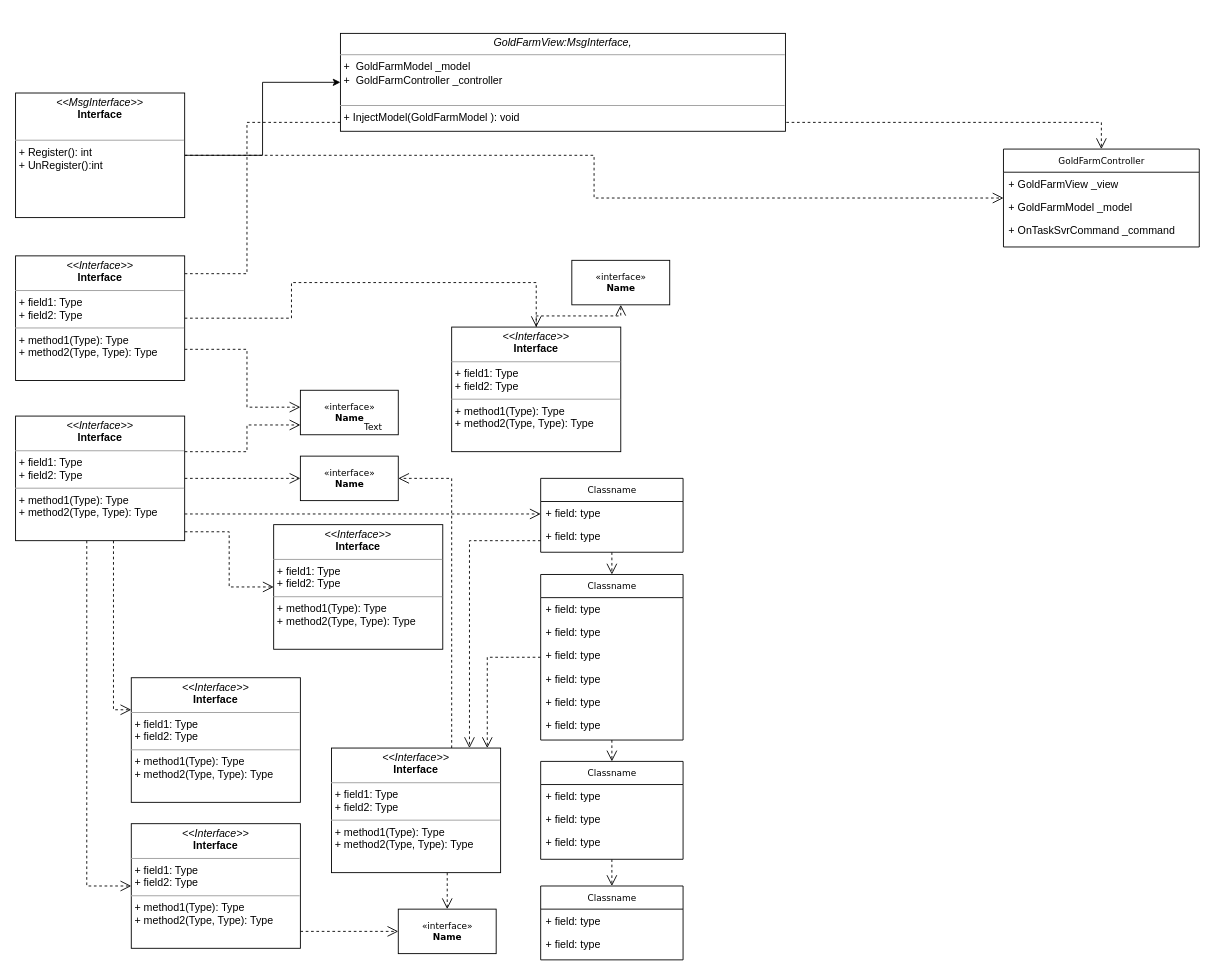
This is GoldFarm Diagram.drawio from atom123/Draw, a draw.io file, before an edit. Source tidied: cells renumbered, new cells numbered last; positions are measured from the earlier drawing's top-left corner, leaving out a move shared by most shapes. Both pictures are drawn from the tidied source at 89%, with x=0, y=0 at pixel (15, 33).
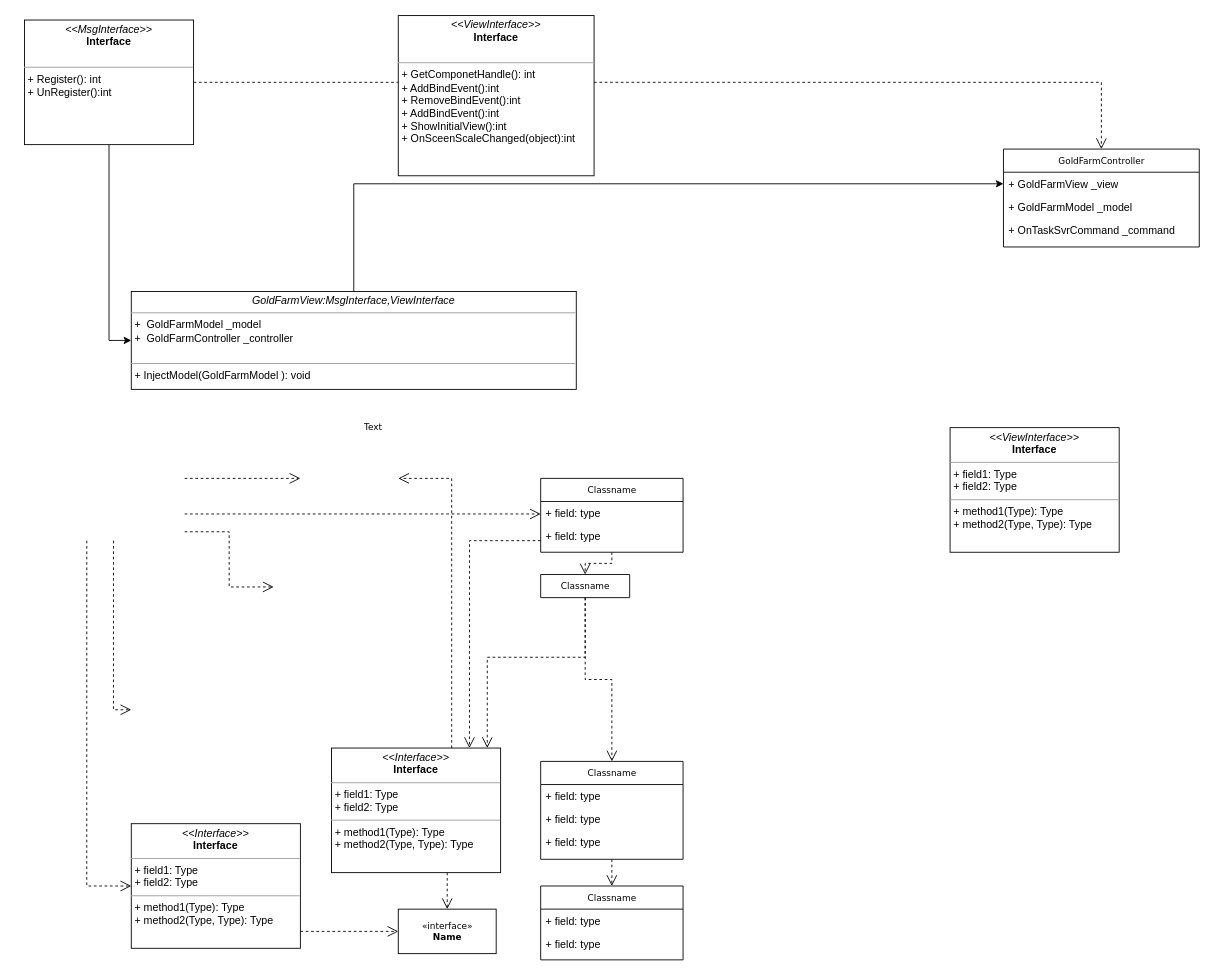
Above is the later version.

The change refers to these unchanged cells:
```xml
<mxCell id="11" value="GoldFarmController" style="swimlane;html=1;fontStyle=0;horizontal=1;startSize=26;fillColor=none;swimlaneFillColor=#ffffff;rounded=0;shadow=0;comic=0;labelBackgroundColor=none;strokeWidth=1;fontFamily=Verdana;fontSize=10;align=center;" parent="1" vertex="1">
  <mxGeometry x="1110" y="130" width="220" height="110" as="geometry" />
</mxCell>
<mxCell id="12" value="+&amp;nbsp;GoldFarmView _view" style="text;html=1;strokeColor=none;fillColor=none;align=left;verticalAlign=top;spacingLeft=4;spacingRight=4;whiteSpace=wrap;overflow=hidden;points=[[0,0.5],[1,0.5]];portConstraint=eastwest;" parent="11" vertex="1">
  <mxGeometry y="26" width="220" height="26" as="geometry" />
</mxCell>
<mxCell id="24" value="Classname" style="swimlane;html=1;fontStyle=0;horizontal=1;startSize=26;fillColor=none;swimlaneFillColor=#ffffff;rounded=0;shadow=0;comic=0;labelBackgroundColor=none;strokeWidth=1;fontFamily=Verdana;fontSize=10;align=center;" parent="1" vertex="1">
  <mxGeometry x="590" y="500" width="160" height="83" as="geometry" />
</mxCell>
<mxCell id="30" value="&lt;p style=&quot;margin:0px;margin-top:4px;text-align:center;&quot;&gt;&lt;i&gt;&amp;lt;&amp;lt;Interface&amp;gt;&amp;gt;&lt;/i&gt;&lt;br/&gt;&lt;b&gt;Interface&lt;/b&gt;&lt;/p&gt;&lt;hr size=&quot;1&quot;/&gt;&lt;p style=&quot;margin:0px;margin-left:4px;&quot;&gt;+ field1: Type&lt;br/&gt;+ field2: Type&lt;/p&gt;&lt;hr size=&quot;1&quot;/&gt;&lt;p style=&quot;margin:0px;margin-left:4px;&quot;&gt;+ method1(Type): Type&lt;br/&gt;+ method2(Type, Type): Type&lt;/p&gt;" style="verticalAlign=top;align=left;overflow=fill;fontSize=12;fontFamily=Helvetica;html=1;rounded=0;shadow=0;comic=0;labelBackgroundColor=none;strokeWidth=1;" parent="1" vertex="1">
  <mxGeometry x="355" y="803" width="190" height="140" as="geometry" />
</mxCell>
<mxCell id="33" value="&lt;p style=&quot;margin:0px;margin-top:4px;text-align:center;&quot;&gt;&lt;i&gt;&amp;lt;&amp;lt;Interface&amp;gt;&amp;gt;&lt;/i&gt;&lt;br/&gt;&lt;b&gt;Interface&lt;/b&gt;&lt;/p&gt;&lt;hr size=&quot;1&quot;/&gt;&lt;p style=&quot;margin:0px;margin-left:4px;&quot;&gt;+ field1: Type&lt;br/&gt;+ field2: Type&lt;/p&gt;&lt;hr size=&quot;1&quot;/&gt;&lt;p style=&quot;margin:0px;margin-left:4px;&quot;&gt;+ method1(Type): Type&lt;br/&gt;+ method2(Type, Type): Type&lt;/p&gt;" style="verticalAlign=top;align=left;overflow=fill;fontSize=12;fontFamily=Helvetica;html=1;rounded=0;shadow=0;comic=0;labelBackgroundColor=none;strokeWidth=1;" parent="1" vertex="1">
  <mxGeometry x="130" y="888" width="190" height="140" as="geometry" />
</mxCell>
```

Diff of the diagram source:
```diff
@@
-    <mxCell id="4" value="Classname" style="swimlane;html=1;fontStyle=0;horizontal=1;startSize=26;fillColor=none;swimlaneFillColor=#ffffff;rounded=0;shadow=0;comic=0;labelBackgroundColor=none;strokeWidth=1;fontFamily=Verdana;fontSize=10;align=center;" parent="1" vertex="1">
-      <mxGeometry x="590" y="608" width="160" height="186" as="geometry" />
+    <mxCell id="4" value="Classname" style="swimlane;html=1;fontStyle=0;horizontal=1;startSize=26;fillColor=none;swimlaneFillColor=#ffffff;rounded=0;shadow=0;comic=0;labelBackgroundColor=none;strokeWidth=1;fontFamily=Verdana;fontSize=10;align=center;" parent="1" vertex="1" collapsed="1">
+      <mxGeometry x="590" y="608" width="100" height="26" as="geometry" />
     </mxCell>
-    <mxCell id="5" value="+ field: type" style="text;html=1;strokeColor=none;fillColor=none;align=left;verticalAlign=top;spacingLeft=4;spacingRight=4;whiteSpace=wrap;overflow=hidden;" parent="4" vertex="1">
-      <mxGeometry y="26" width="160" height="26" as="geometry" />
-    </mxCell>
-    <mxCell id="6" value="+ field: type" style="text;html=1;strokeColor=none;fillColor=none;align=left;verticalAlign=top;spacingLeft=4;spacingRight=4;whiteSpace=wrap;overflow=hidden;" parent="4" vertex="1">
-      <mxGeometry y="52" width="160" height="26" as="geometry" />
-    </mxCell>
-    <mxCell id="7" value="+ field: type" style="text;html=1;strokeColor=none;fillColor=none;align=left;verticalAlign=top;spacingLeft=4;spacingRight=4;whiteSpace=wrap;overflow=hidden;" parent="4" vertex="1">
-      <mxGeometry y="78" width="160" height="26" as="geometry" />
-    </mxCell>
-    <mxCell id="8" value="+ field: type" style="text;html=1;strokeColor=none;fillColor=none;align=left;verticalAlign=top;spacingLeft=4;spacingRight=4;whiteSpace=wrap;overflow=hidden;" parent="4" vertex="1">
-      <mxGeometry y="104" width="160" height="26" as="geometry" />
-    </mxCell>
-    <mxCell id="9" value="+ field: type" style="text;html=1;strokeColor=none;fillColor=none;align=left;verticalAlign=top;spacingLeft=4;spacingRight=4;whiteSpace=wrap;overflow=hidden;" parent="4" vertex="1">
-      <mxGeometry y="130" width="160" height="26" as="geometry" />
-    </mxCell>
-    <mxCell id="10" value="+ field: type" style="text;html=1;strokeColor=none;fillColor=none;align=left;verticalAlign=top;spacingLeft=4;spacingRight=4;whiteSpace=wrap;overflow=hidden;" parent="4" vertex="1">
-      <mxGeometry y="156" width="160" height="26" as="geometry" />
-    </mxCell>
@@
-    <mxCell id="29" style="edgeStyle=orthogonalEdgeStyle;rounded=0;html=1;dashed=1;labelBackgroundColor=none;startFill=0;endArrow=open;endFill=0;endSize=10;fontFamily=Verdana;fontSize=10;" parent="1" edge="1" source="30" target="35">
+    <mxCell id="29" style="edgeStyle=orthogonalEdgeStyle;rounded=0;html=1;dashed=1;labelBackgroundColor=none;startFill=0;endArrow=open;endFill=0;endSize=10;fontFamily=Verdana;fontSize=10;" parent="1" edge="1" source="30">
       <mxGeometry relative="1" as="geometry">
+        <mxPoint x="430" y="500" as="targetPoint" />
         <Array as="points">
           <mxPoint x="490" y="500" />
         </Array>
       </mxGeometry>
     </mxCell>
@@
-    <mxCell id="31" value="&lt;p style=&quot;margin:0px;margin-top:4px;text-align:center;&quot;&gt;&lt;i&gt;&amp;lt;&amp;lt;Interface&amp;gt;&amp;gt;&lt;/i&gt;&lt;br/&gt;&lt;b&gt;Interface&lt;/b&gt;&lt;/p&gt;&lt;hr size=&quot;1&quot;/&gt;&lt;p style=&quot;margin:0px;margin-left:4px;&quot;&gt;+ field1: Type&lt;br/&gt;+ field2: Type&lt;/p&gt;&lt;hr size=&quot;1&quot;/&gt;&lt;p style=&quot;margin:0px;margin-left:4px;&quot;&gt;+ method1(Type): Type&lt;br/&gt;+ method2(Type, Type): Type&lt;/p&gt;" style="verticalAlign=top;align=left;overflow=fill;fontSize=12;fontFamily=Helvetica;html=1;rounded=0;shadow=0;comic=0;labelBackgroundColor=none;strokeWidth=1;" parent="1" vertex="1">
-      <mxGeometry x="290" y="552" width="190" height="140" as="geometry" />
-    </mxCell>
@@
-    <mxCell id="34" value="&lt;p style=&quot;margin:0px;margin-top:4px;text-align:center;&quot;&gt;&lt;i&gt;&amp;lt;&amp;lt;Interface&amp;gt;&amp;gt;&lt;/i&gt;&lt;br/&gt;&lt;b&gt;Interface&lt;/b&gt;&lt;/p&gt;&lt;hr size=&quot;1&quot;/&gt;&lt;p style=&quot;margin:0px;margin-left:4px;&quot;&gt;+ field1: Type&lt;br/&gt;+ field2: Type&lt;/p&gt;&lt;hr size=&quot;1&quot;/&gt;&lt;p style=&quot;margin:0px;margin-left:4px;&quot;&gt;+ method1(Type): Type&lt;br/&gt;+ method2(Type, Type): Type&lt;/p&gt;" style="verticalAlign=top;align=left;overflow=fill;fontSize=12;fontFamily=Helvetica;html=1;rounded=0;shadow=0;comic=0;labelBackgroundColor=none;strokeWidth=1;" parent="1" vertex="1">
-      <mxGeometry x="130" y="724" width="190" height="140" as="geometry" />
-    </mxCell>
-    <mxCell id="35" value="&amp;laquo;interface&amp;raquo;&lt;br&gt;&lt;b&gt;Name&lt;/b&gt;" style="html=1;rounded=0;shadow=0;comic=0;labelBackgroundColor=none;strokeWidth=1;fontFamily=Verdana;fontSize=10;align=center;" parent="1" vertex="1">
-      <mxGeometry x="320" y="475" width="110" height="50" as="geometry" />
-    </mxCell>
-    <mxCell id="36" value="&amp;laquo;interface&amp;raquo;&lt;br&gt;&lt;b&gt;Name&lt;/b&gt;" style="html=1;rounded=0;shadow=0;comic=0;labelBackgroundColor=none;strokeWidth=1;fontFamily=Verdana;fontSize=10;align=center;" parent="1" vertex="1">
-      <mxGeometry x="320" y="401" width="110" height="50" as="geometry" />
-    </mxCell>
-    <mxCell id="37" style="edgeStyle=orthogonalEdgeStyle;rounded=0;html=1;dashed=1;labelBackgroundColor=none;startFill=0;endArrow=open;endFill=0;endSize=10;fontFamily=Verdana;fontSize=10;" parent="1" edge="1" source="38" target="40">
-      <mxGeometry relative="1" as="geometry" />
-    </mxCell>
-    <mxCell id="38" value="&lt;p style=&quot;margin:0px;margin-top:4px;text-align:center;&quot;&gt;&lt;i&gt;&amp;lt;&amp;lt;Interface&amp;gt;&amp;gt;&lt;/i&gt;&lt;br/&gt;&lt;b&gt;Interface&lt;/b&gt;&lt;/p&gt;&lt;hr size=&quot;1&quot;/&gt;&lt;p style=&quot;margin:0px;margin-left:4px;&quot;&gt;+ field1: Type&lt;br/&gt;+ field2: Type&lt;/p&gt;&lt;hr size=&quot;1&quot;/&gt;&lt;p style=&quot;margin:0px;margin-left:4px;&quot;&gt;+ method1(Type): Type&lt;br/&gt;+ method2(Type, Type): Type&lt;/p&gt;" style="verticalAlign=top;align=left;overflow=fill;fontSize=12;fontFamily=Helvetica;html=1;rounded=0;shadow=0;comic=0;labelBackgroundColor=none;strokeWidth=1;" parent="1" vertex="1">
-      <mxGeometry x="490" y="330" width="190" height="140" as="geometry" />
-    </mxCell>
@@
-    <mxCell id="40" value="&amp;laquo;interface&amp;raquo;&lt;br&gt;&lt;b&gt;Name&lt;/b&gt;" style="html=1;rounded=0;shadow=0;comic=0;labelBackgroundColor=none;strokeWidth=1;fontFamily=Verdana;fontSize=10;align=center;" parent="1" vertex="1">
-      <mxGeometry x="625" y="255" width="110" height="50" as="geometry" />
-    </mxCell>
@@
     <mxCell id="43" value="&lt;p style=&quot;margin: 0px ; margin-top: 4px ; text-align: center&quot;&gt;&lt;i&gt;&amp;lt;&amp;lt;MsgInterface&amp;gt;&amp;gt;&lt;/i&gt;&lt;br&gt;&lt;b&gt;Interface&lt;/b&gt;&lt;/p&gt;&lt;p style=&quot;margin: 0px ; margin-left: 4px&quot;&gt;&lt;br&gt;&lt;/p&gt;&lt;hr size=&quot;1&quot;&gt;&lt;p style=&quot;margin: 0px ; margin-left: 4px&quot;&gt;+ Register():&amp;nbsp;int&lt;br&gt;+ UnRegister():int&lt;/p&gt;" style="verticalAlign=top;align=left;overflow=fill;fontSize=12;fontFamily=Helvetica;html=1;rounded=0;shadow=0;comic=0;labelBackgroundColor=none;strokeWidth=1;" parent="1" vertex="1">
-      <mxGeometry y="67" width="190" height="140" as="geometry" />
+      <mxGeometry x="10" y="-15" width="190" height="140" as="geometry" />
     </mxCell>
-    <mxCell id="44" style="edgeStyle=orthogonalEdgeStyle;rounded=0;html=1;dashed=1;labelBackgroundColor=none;startFill=0;endArrow=open;endFill=0;endSize=10;fontFamily=Verdana;fontSize=10;" parent="1" edge="1" source="47" target="11">
-      <mxGeometry relative="1" as="geometry">
-        <Array as="points">
-          <mxPoint x="260" y="270" />
-          <mxPoint x="260" y="100" />
-        </Array>
-      </mxGeometry>
-    </mxCell>
-    <mxCell id="45" style="edgeStyle=orthogonalEdgeStyle;rounded=0;html=1;dashed=1;labelBackgroundColor=none;startFill=0;endArrow=open;endFill=0;endSize=10;fontFamily=Verdana;fontSize=10;" parent="1" edge="1" source="47" target="38">
-      <mxGeometry relative="1" as="geometry">
-        <Array as="points">
-          <mxPoint x="310" y="320" />
-          <mxPoint x="310" y="280" />
-        </Array>
-      </mxGeometry>
-    </mxCell>
-    <mxCell id="46" style="edgeStyle=orthogonalEdgeStyle;rounded=0;html=1;exitX=1;exitY=0.75;dashed=1;labelBackgroundColor=none;startFill=0;endArrow=open;endFill=0;endSize=10;fontFamily=Verdana;fontSize=10;" parent="1" edge="1" source="47" target="36">
-      <mxGeometry relative="1" as="geometry">
-        <Array as="points">
-          <mxPoint x="260" y="355" />
-          <mxPoint x="260" y="420" />
-        </Array>
-      </mxGeometry>
-    </mxCell>
-    <mxCell id="47" value="&lt;p style=&quot;margin:0px;margin-top:4px;text-align:center;&quot;&gt;&lt;i&gt;&amp;lt;&amp;lt;Interface&amp;gt;&amp;gt;&lt;/i&gt;&lt;br/&gt;&lt;b&gt;Interface&lt;/b&gt;&lt;/p&gt;&lt;hr size=&quot;1&quot;/&gt;&lt;p style=&quot;margin:0px;margin-left:4px;&quot;&gt;+ field1: Type&lt;br/&gt;+ field2: Type&lt;/p&gt;&lt;hr size=&quot;1&quot;/&gt;&lt;p style=&quot;margin:0px;margin-left:4px;&quot;&gt;+ method1(Type): Type&lt;br/&gt;+ method2(Type, Type): Type&lt;/p&gt;" style="verticalAlign=top;align=left;overflow=fill;fontSize=12;fontFamily=Helvetica;html=1;rounded=0;shadow=0;comic=0;labelBackgroundColor=none;strokeWidth=1;" parent="1" vertex="1">
-      <mxGeometry y="250" width="190" height="140" as="geometry" />
+    <mxCell id="47" value="&lt;p style=&quot;margin: 0px ; margin-top: 4px ; text-align: center&quot;&gt;&lt;i&gt;&amp;lt;&amp;lt;ViewInterface&amp;gt;&amp;gt;&lt;/i&gt;&lt;br&gt;&lt;b&gt;Interface&lt;/b&gt;&lt;/p&gt;&lt;hr size=&quot;1&quot;&gt;&lt;p style=&quot;margin: 0px ; margin-left: 4px&quot;&gt;+ field1: Type&lt;br&gt;+ field2: Type&lt;/p&gt;&lt;hr size=&quot;1&quot;&gt;&lt;p style=&quot;margin: 0px ; margin-left: 4px&quot;&gt;+ method1(Type): Type&lt;br&gt;+ method2(Type, Type): Type&lt;/p&gt;" style="verticalAlign=top;align=left;overflow=fill;fontSize=12;fontFamily=Helvetica;html=1;rounded=0;shadow=0;comic=0;labelBackgroundColor=none;strokeWidth=1;" parent="1" vertex="1">
+      <mxGeometry x="1050" y="443" width="190" height="140" as="geometry" />
     </mxCell>
-    <mxCell id="48" style="edgeStyle=orthogonalEdgeStyle;rounded=0;html=1;dashed=1;labelBackgroundColor=none;startFill=0;endArrow=open;endFill=0;endSize=10;fontFamily=Verdana;fontSize=10;" parent="1" edge="1" source="54" target="36">
-      <mxGeometry relative="1" as="geometry">
-        <Array as="points">
-          <mxPoint x="260" y="470" />
-          <mxPoint x="260" y="440" />
-        </Array>
-      </mxGeometry>
-    </mxCell>
-    <mxCell id="49" style="edgeStyle=orthogonalEdgeStyle;rounded=0;html=1;dashed=1;labelBackgroundColor=none;startFill=0;endArrow=open;endFill=0;endSize=10;fontFamily=Verdana;fontSize=10;" parent="1" edge="1" source="54" target="35">
-      <mxGeometry relative="1" as="geometry" />
+    <mxCell id="49" style="edgeStyle=orthogonalEdgeStyle;rounded=0;html=1;dashed=1;labelBackgroundColor=none;startFill=0;endArrow=open;endFill=0;endSize=10;fontFamily=Verdana;fontSize=10;" parent="1" edge="1">
+      <mxGeometry relative="1" as="geometry">
+        <mxPoint x="190" y="500" as="sourcePoint" />
+        <mxPoint x="320" y="500" as="targetPoint" />
+      </mxGeometry>
     </mxCell>
-    <mxCell id="50" style="edgeStyle=orthogonalEdgeStyle;rounded=0;html=1;dashed=1;labelBackgroundColor=none;startFill=0;endArrow=open;endFill=0;endSize=10;fontFamily=Verdana;fontSize=10;" parent="1" edge="1" source="54" target="31">
+    <mxCell id="50" style="edgeStyle=orthogonalEdgeStyle;rounded=0;html=1;dashed=1;labelBackgroundColor=none;startFill=0;endArrow=open;endFill=0;endSize=10;fontFamily=Verdana;fontSize=10;" parent="1" edge="1">
       <mxGeometry relative="1" as="geometry">
+        <mxPoint x="190" y="560" as="sourcePoint" />
+        <mxPoint x="290" y="622" as="targetPoint" />
         <Array as="points">
           <mxPoint x="240" y="560" />
           <mxPoint x="240" y="622" />
         </Array>
       </mxGeometry>
     </mxCell>
-    <mxCell id="51" style="edgeStyle=orthogonalEdgeStyle;rounded=0;html=1;dashed=1;labelBackgroundColor=none;startFill=0;endArrow=open;endFill=0;endSize=10;fontFamily=Verdana;fontSize=10;" parent="1" edge="1" source="54" target="24">
+    <mxCell id="51" style="edgeStyle=orthogonalEdgeStyle;rounded=0;html=1;dashed=1;labelBackgroundColor=none;startFill=0;endArrow=open;endFill=0;endSize=10;fontFamily=Verdana;fontSize=10;" parent="1" edge="1" target="24">
       <mxGeometry relative="1" as="geometry">
+        <mxPoint x="190" y="540" as="sourcePoint" />
         <Array as="points">
           <mxPoint x="290" y="540" />
           <mxPoint x="290" y="540" />
         </Array>
       </mxGeometry>
     </mxCell>
-    <mxCell id="52" style="edgeStyle=orthogonalEdgeStyle;rounded=0;html=1;dashed=1;labelBackgroundColor=none;startFill=0;endArrow=open;endFill=0;endSize=10;fontFamily=Verdana;fontSize=10;" parent="1" edge="1" source="54" target="34">
+    <mxCell id="52" style="edgeStyle=orthogonalEdgeStyle;rounded=0;html=1;dashed=1;labelBackgroundColor=none;startFill=0;endArrow=open;endFill=0;endSize=10;fontFamily=Verdana;fontSize=10;" parent="1" edge="1">
       <mxGeometry relative="1" as="geometry">
+        <mxPoint x="110" y="570" as="sourcePoint" />
+        <mxPoint x="130" y="760" as="targetPoint" />
         <Array as="points">
           <mxPoint x="110" y="760" />
         </Array>
       </mxGeometry>
     </mxCell>
-    <mxCell id="53" style="edgeStyle=orthogonalEdgeStyle;rounded=0;html=1;dashed=1;labelBackgroundColor=none;startFill=0;endArrow=open;endFill=0;endSize=10;fontFamily=Verdana;fontSize=10;" parent="1" edge="1" source="54" target="33">
+    <mxCell id="53" style="edgeStyle=orthogonalEdgeStyle;rounded=0;html=1;dashed=1;labelBackgroundColor=none;startFill=0;endArrow=open;endFill=0;endSize=10;fontFamily=Verdana;fontSize=10;" parent="1" edge="1" target="33">
       <mxGeometry relative="1" as="geometry">
+        <mxPoint x="80" y="570" as="sourcePoint" />
         <Array as="points">
           <mxPoint x="80" y="958" />
         </Array>
       </mxGeometry>
     </mxCell>
-    <mxCell id="54" value="&lt;p style=&quot;margin:0px;margin-top:4px;text-align:center;&quot;&gt;&lt;i&gt;&amp;lt;&amp;lt;Interface&amp;gt;&amp;gt;&lt;/i&gt;&lt;br/&gt;&lt;b&gt;Interface&lt;/b&gt;&lt;/p&gt;&lt;hr size=&quot;1&quot;/&gt;&lt;p style=&quot;margin:0px;margin-left:4px;&quot;&gt;+ field1: Type&lt;br/&gt;+ field2: Type&lt;/p&gt;&lt;hr size=&quot;1&quot;/&gt;&lt;p style=&quot;margin:0px;margin-left:4px;&quot;&gt;+ method1(Type): Type&lt;br/&gt;+ method2(Type, Type): Type&lt;/p&gt;" style="verticalAlign=top;align=left;overflow=fill;fontSize=12;fontFamily=Helvetica;html=1;rounded=0;shadow=0;comic=0;labelBackgroundColor=none;strokeWidth=1;" parent="1" vertex="1">
-      <mxGeometry y="430" width="190" height="140" as="geometry" />
-    </mxCell>
@@
+    <mxCell id="57" style="edgeStyle=orthogonalEdgeStyle;rounded=0;jettySize=auto;html=1;entryX=0;entryY=0.5;entryDx=0;entryDy=0;" parent="1" edge="1" source="56" target="12">
+      <mxGeometry relative="1" as="geometry" />
+    </mxCell>
-    <mxCell id="56" value="&lt;p style=&quot;margin: 0px ; margin-top: 4px ; text-align: center&quot;&gt;&lt;i&gt;GoldFarmView:MsgInterface,&lt;/i&gt;&lt;br&gt;&lt;/p&gt;&lt;hr size=&quot;1&quot;&gt;&lt;p style=&quot;margin: 0px ; margin-left: 4px&quot;&gt;+&amp;nbsp;&lt;span&gt;&amp;nbsp;GoldFarmModel _model&lt;/span&gt;&lt;br&gt;+&amp;nbsp; GoldFarmController _controller&lt;/p&gt;&lt;br&gt;&lt;hr size=&quot;1&quot;&gt;&lt;p style=&quot;margin: 0px ; margin-left: 4px&quot;&gt;+ InjectModel(GoldFarmModel&amp;nbsp;): void&lt;br&gt;&lt;/p&gt;" style="verticalAlign=top;align=left;overflow=fill;fontSize=12;fontFamily=Helvetica;html=1;rounded=0;shadow=0;comic=0;labelBackgroundColor=none;strokeWidth=1;" parent="1" vertex="1">
-      <mxGeometry x="365" width="500" height="110" as="geometry" />
+    <mxCell id="56" value="&lt;p style=&quot;margin: 0px ; margin-top: 4px ; text-align: center&quot;&gt;&lt;i&gt;GoldFarmView:MsgInterface,ViewInterface&lt;/i&gt;&lt;br&gt;&lt;/p&gt;&lt;hr size=&quot;1&quot;&gt;&lt;p style=&quot;margin: 0px ; margin-left: 4px&quot;&gt;+&amp;nbsp;&lt;span&gt;&amp;nbsp;GoldFarmModel _model&lt;/span&gt;&lt;br&gt;+&amp;nbsp; GoldFarmController _controller&lt;/p&gt;&lt;br&gt;&lt;hr size=&quot;1&quot;&gt;&lt;p style=&quot;margin: 0px ; margin-left: 4px&quot;&gt;+ InjectModel(GoldFarmModel&amp;nbsp;): void&lt;br&gt;&lt;/p&gt;" style="verticalAlign=top;align=left;overflow=fill;fontSize=12;fontFamily=Helvetica;html=1;rounded=0;shadow=0;comic=0;labelBackgroundColor=none;strokeWidth=1;" parent="1" vertex="1">
+      <mxGeometry x="130" y="290" width="500" height="110" as="geometry" />
     </mxCell>
+    <mxCell id="58" value="&lt;p style=&quot;margin: 0px ; margin-top: 4px ; text-align: center&quot;&gt;&lt;i&gt;&amp;lt;&amp;lt;&lt;/i&gt;&lt;i&gt;ViewInterface&lt;/i&gt;&lt;i&gt;&amp;gt;&amp;gt;&lt;/i&gt;&lt;br&gt;&lt;b&gt;Interface&lt;/b&gt;&lt;/p&gt;&lt;p style=&quot;margin: 0px ; margin-left: 4px&quot;&gt;&lt;br&gt;&lt;/p&gt;&lt;hr size=&quot;1&quot;&gt;&lt;p style=&quot;margin: 0px ; margin-left: 4px&quot;&gt;+ GetComponetHandle():&amp;nbsp;int&lt;br&gt;+ AddBindEvent():int&lt;br&gt;&lt;/p&gt;&lt;p style=&quot;margin: 0px ; margin-left: 4px&quot;&gt;+ RemoveBindEvent():int&lt;br&gt;&lt;/p&gt;&lt;p style=&quot;margin: 0px ; margin-left: 4px&quot;&gt;+ AddBindEvent():int&lt;br&gt;&lt;/p&gt;&lt;p style=&quot;margin: 0px ; margin-left: 4px&quot;&gt;+ ShowInitialView():int&lt;br&gt;&lt;/p&gt;&lt;p style=&quot;margin: 0px ; margin-left: 4px&quot;&gt;+ OnSceenScaleChanged(object):int&lt;br&gt;&lt;/p&gt;" style="verticalAlign=top;align=left;overflow=fill;fontSize=12;fontFamily=Helvetica;html=1;rounded=0;shadow=0;comic=0;labelBackgroundColor=none;strokeWidth=1;" parent="1" vertex="1">
+      <mxGeometry x="430" y="-20" width="220" height="180" as="geometry" />
+    </mxCell>
```
